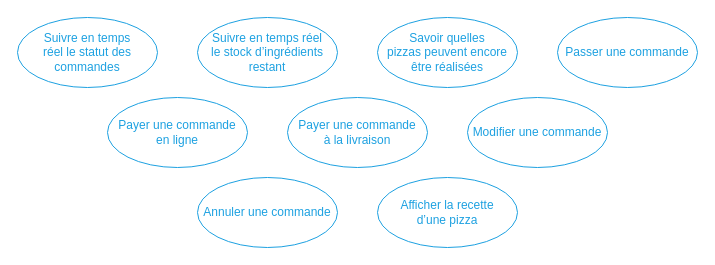
Before: img/figure_explicit-actions.dio in centvingt/OCPizzaRedaction, a draw.io diagram. Source tidied: cells renumbered, new cells numbered last; positions are measured from the earlier drawing's top-left corner, leaving out a move shared by most shapes. Both pictures are drawn from the tidied source at 100%, with x=0, y=0 at pixel (17, 17).
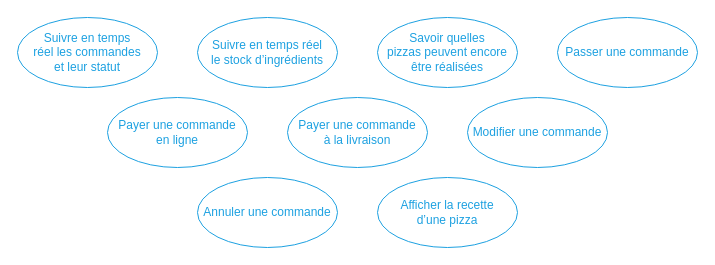
After the change.

Change to the diagram source:
```diff
@@
 <mxGraphModel>
   <root>
     <mxCell id="0" />
     <mxCell id="1" parent="0" />
     <mxCell id="2" value="&lt;font color=&quot;#1da1e1&quot;&gt;Passer une commande&lt;/font&gt;" style="ellipse;whiteSpace=wrap;html=1;fillColor=none;strokeColor=#1DA1E1;" parent="1" vertex="1">
       <mxGeometry x="540" width="140" height="70" as="geometry" />
     </mxCell>
     <mxCell id="3" value="&lt;font color=&quot;#1da1e1&quot;&gt;Modifier une commande&lt;/font&gt;" style="ellipse;whiteSpace=wrap;html=1;fillColor=none;strokeColor=#1DA1E1;" parent="1" vertex="1">
       <mxGeometry x="450" y="80" width="140" height="70" as="geometry" />
     </mxCell>
     <mxCell id="4" value="&lt;font color=&quot;#1da1e1&quot;&gt;Afficher la recette &lt;br&gt;d’une pizza&lt;br&gt;&lt;/font&gt;" style="ellipse;whiteSpace=wrap;html=1;fillColor=none;strokeColor=#1DA1E1;" parent="1" vertex="1">
       <mxGeometry x="360" y="160" width="140" height="70" as="geometry" />
     </mxCell>
-    <mxCell id="5" value="&lt;font color=&quot;#1da1e1&quot;&gt;Suivre en temps&amp;nbsp;réel &lt;br&gt;le stock d’ingrédients &lt;br&gt;restant&lt;/font&gt;" style="ellipse;whiteSpace=wrap;html=1;fillColor=none;strokeColor=#1DA1E1;" parent="1" vertex="1">
+    <mxCell id="5" value="&lt;font color=&quot;#1da1e1&quot;&gt;Suivre en temps&amp;nbsp;réel &lt;br&gt;le stock d’ingrédients &lt;br&gt;&lt;/font&gt;" style="ellipse;whiteSpace=wrap;html=1;fillColor=none;strokeColor=#1DA1E1;" parent="1" vertex="1">
       <mxGeometry x="180" width="140" height="70" as="geometry" />
     </mxCell>
     <mxCell id="6" value="&lt;font color=&quot;#1da1e1&quot;&gt;Payer une commande &lt;br&gt;en ligne&lt;br&gt;&lt;/font&gt;" style="ellipse;whiteSpace=wrap;html=1;fillColor=none;strokeColor=#1DA1E1;" parent="1" vertex="1">
       <mxGeometry x="90" y="80" width="140" height="70" as="geometry" />
     </mxCell>
     <mxCell id="7" value="&lt;font color=&quot;#1da1e1&quot;&gt;Annuler une commande&lt;/font&gt;" style="ellipse;whiteSpace=wrap;html=1;fillColor=none;strokeColor=#1DA1E1;" parent="1" vertex="1">
       <mxGeometry x="180" y="160" width="140" height="70" as="geometry" />
     </mxCell>
     <mxCell id="8" value="&lt;font color=&quot;#1da1e1&quot;&gt;Savoir quelles &lt;br&gt;pizzas peuvent encore être réalisées&lt;br&gt;&lt;/font&gt;" style="ellipse;whiteSpace=wrap;html=1;fillColor=none;strokeColor=#1DA1E1;" parent="1" vertex="1">
       <mxGeometry x="360" width="140" height="70" as="geometry" />
     </mxCell>
-    <mxCell id="9" value="&lt;font color=&quot;#1da1e1&quot;&gt;Suivre en temps &lt;br&gt;réel le statut des commandes&lt;/font&gt;" style="ellipse;whiteSpace=wrap;html=1;fillColor=none;strokeColor=#1DA1E1;" parent="1" vertex="1">
+    <mxCell id="9" value="&lt;font color=&quot;#1da1e1&quot;&gt;Suivre en temps &lt;br&gt;réel les commandes &lt;br&gt;et leur statut&lt;/font&gt;" style="ellipse;whiteSpace=wrap;html=1;fillColor=none;strokeColor=#1DA1E1;" parent="1" vertex="1">
       <mxGeometry width="140" height="70" as="geometry" />
     </mxCell>
     <mxCell id="10" value="&lt;font color=&quot;#1da1e1&quot;&gt;Payer une commande &lt;br&gt;à la livraison&lt;br&gt;&lt;/font&gt;" style="ellipse;whiteSpace=wrap;html=1;fillColor=none;strokeColor=#1DA1E1;" parent="1" vertex="1">
       <mxGeometry x="270" y="80" width="140" height="70" as="geometry" />
     </mxCell>
   </root>
 </mxGraphModel>
```
